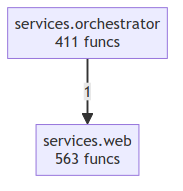
Above: project/compact_flow.png in wronai/mullm (Mermaid), before the change. Its source is kept beside it as project/compact_flow.mmd.
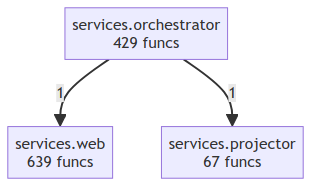
The same file after the commit.

Change to the diagram source:
```diff
@@ -1,4 +1,6 @@
 flowchart TD
-    services__orchestrator["services.orchestrator<br/>411 funcs"]
-    services__web["services.web<br/>563 funcs"]
+    services__orchestrator["services.orchestrator<br/>429 funcs"]
+    services__projector["services.projector<br/>67 funcs"]
+    services__web["services.web<br/>639 funcs"]
     services__orchestrator -->|1| services__web
+    services__orchestrator -->|1| services__projector
```
